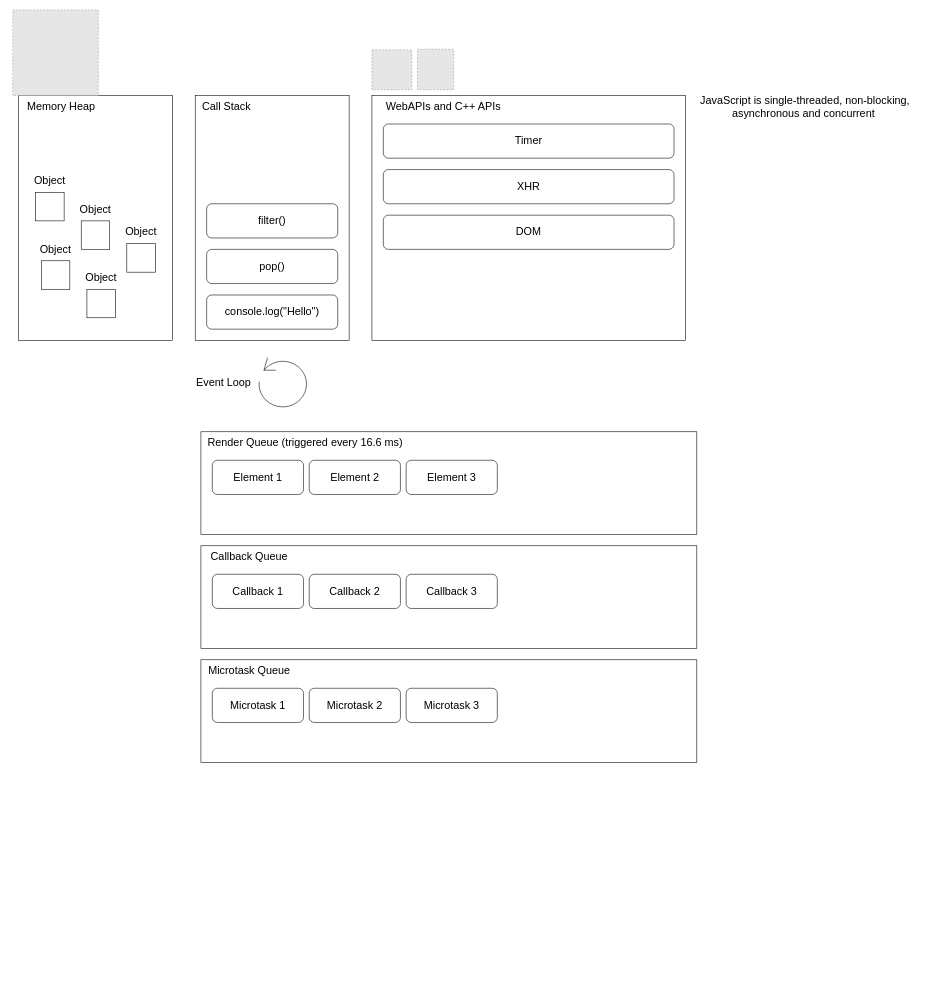
The draw.io diagram V8Engine.drawio in gabrielsanttana/diagrams, before the edit. Source tidied: cells renumbered, new cells numbered last; positions are measured from the earlier drawing's top-left corner, leaving out a move shared by most shapes. Both pictures are drawn from the tidied source at 57%, with x=0, y=0 at pixel (13, 10). Pictures stored in the file or linked from it are replaced by grey dashed boxes.
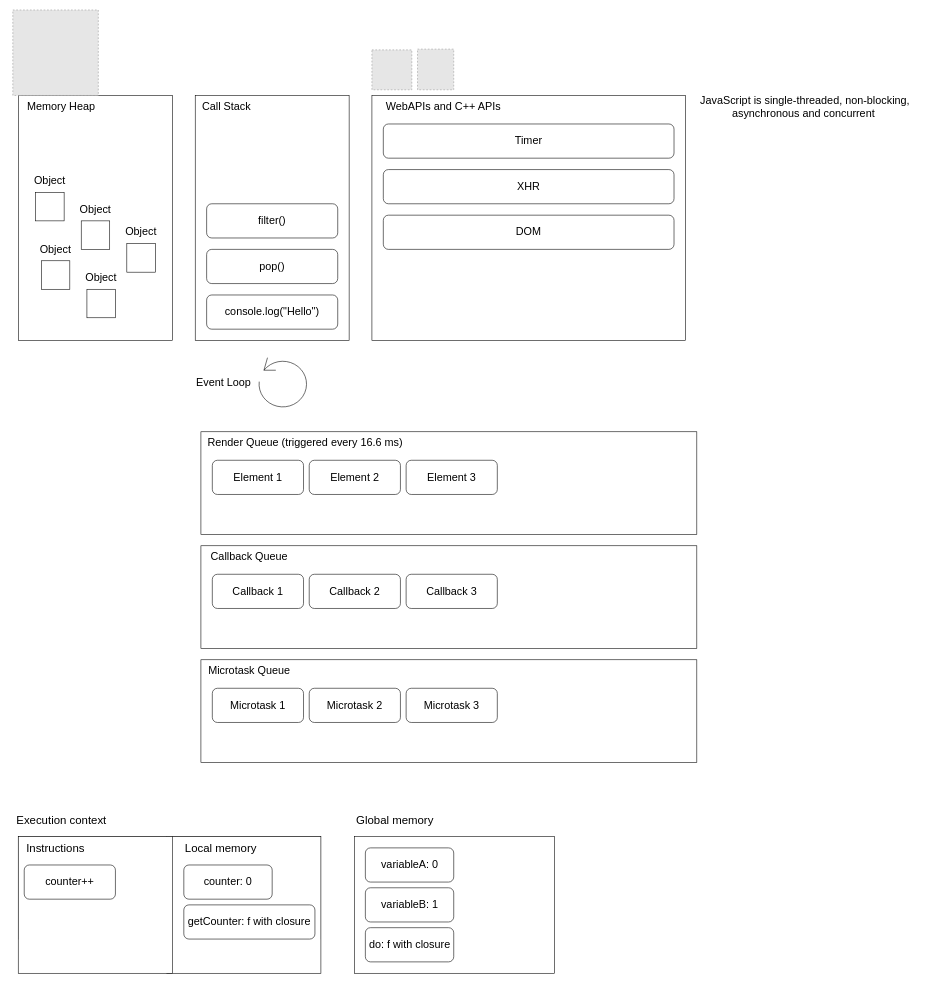
The same diagram, later.

Commit message:
Add execution context and global memory representation

Change to the diagram source:
```diff
@@
+    <mxCell id="45" style="rounded=0;whiteSpace=wrap;html=1;direction=south;" parent="1" vertex="1">
+      <mxGeometry x="10" y="1450" width="530" height="180" as="geometry" />
+    </mxCell>
+    <mxCell id="46" style="rounded=0;whiteSpace=wrap;html=1;direction=south;" parent="1" vertex="1">
+      <mxGeometry x="599.5" y="1450" width="350.5" height="240" as="geometry" />
+    </mxCell>
+    <mxCell id="47" value="Global memory" style="text;html=1;strokeColor=none;fillColor=none;align=center;verticalAlign=middle;whiteSpace=wrap;rounded=0;fontSize=20;" parent="1" vertex="1">
+      <mxGeometry x="580" y="1410" width="180.5" height="20" as="geometry" />
+    </mxCell>
+    <mxCell id="48" value="Execution context" style="text;html=1;strokeColor=none;fillColor=none;align=center;verticalAlign=middle;whiteSpace=wrap;rounded=0;fontSize=20;" parent="1" vertex="1">
+      <mxGeometry x="-5.2" y="1410" width="180.5" height="20" as="geometry" />
+    </mxCell>
+    <mxCell id="49" style="rounded=0;whiteSpace=wrap;html=1;direction=south;" parent="1" vertex="1">
+      <mxGeometry x="270" y="1450" width="270.5" height="240" as="geometry" />
+    </mxCell>
+    <mxCell id="50" style="rounded=0;whiteSpace=wrap;html=1;direction=south;" parent="1" vertex="1">
+      <mxGeometry x="9.5" y="1450" width="270.5" height="240" as="geometry" />
+    </mxCell>
+    <mxCell id="51" value="Instructions" style="text;html=1;strokeColor=none;fillColor=none;align=center;verticalAlign=middle;whiteSpace=wrap;rounded=0;fontSize=20;" parent="1" vertex="1">
+      <mxGeometry x="55" y="1460" width="40" height="20" as="geometry" />
+    </mxCell>
+    <mxCell id="52" value="Local memory" style="text;html=1;strokeColor=none;fillColor=none;align=center;verticalAlign=middle;whiteSpace=wrap;rounded=0;fontSize=20;" parent="1" vertex="1">
+      <mxGeometry x="290" y="1460" width="150" height="20" as="geometry" />
+    </mxCell>
+    <mxCell id="53" value="counter++" style="rounded=1;whiteSpace=wrap;html=1;fontSize=19;" parent="1" vertex="1">
+      <mxGeometry x="20" y="1500" width="160" height="60" as="geometry" />
+    </mxCell>
+    <mxCell id="54" value="counter: 0" style="rounded=1;whiteSpace=wrap;html=1;fontSize=19;" parent="1" vertex="1">
+      <mxGeometry x="300" y="1500" width="155" height="60" as="geometry" />
+    </mxCell>
+    <mxCell id="55" value="getCounter: f with closure" style="rounded=1;whiteSpace=wrap;html=1;fontSize=19;" parent="1" vertex="1">
+      <mxGeometry x="300" y="1570" width="230" height="60" as="geometry" />
+    </mxCell>
+    <mxCell id="56" value="variableA: 0" style="rounded=1;whiteSpace=wrap;html=1;fontSize=19;" parent="1" vertex="1">
+      <mxGeometry x="618.5" y="1470" width="155" height="60" as="geometry" />
+    </mxCell>
+    <mxCell id="57" value="variableB: 1" style="rounded=1;whiteSpace=wrap;html=1;fontSize=19;" parent="1" vertex="1">
+      <mxGeometry x="618.5" y="1540" width="155" height="60" as="geometry" />
+    </mxCell>
+    <mxCell id="58" value="do: f with closure" style="rounded=1;whiteSpace=wrap;html=1;fontSize=19;" parent="1" vertex="1">
+      <mxGeometry x="618.5" y="1610" width="155" height="60" as="geometry" />
+    </mxCell>
```
